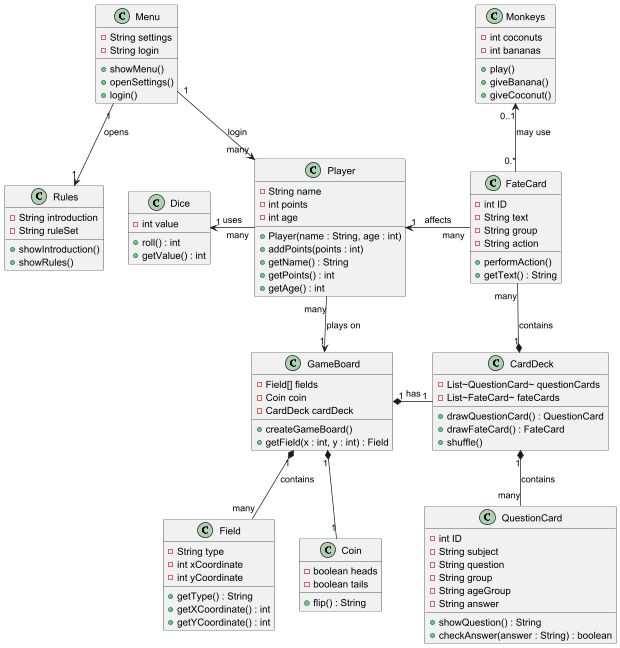
This is src/main/java/diagrammer/klassediagram_2.png from SussieFrantzen/3_semester_Take_a_chance, a PlantUML export, as it was before one commit.
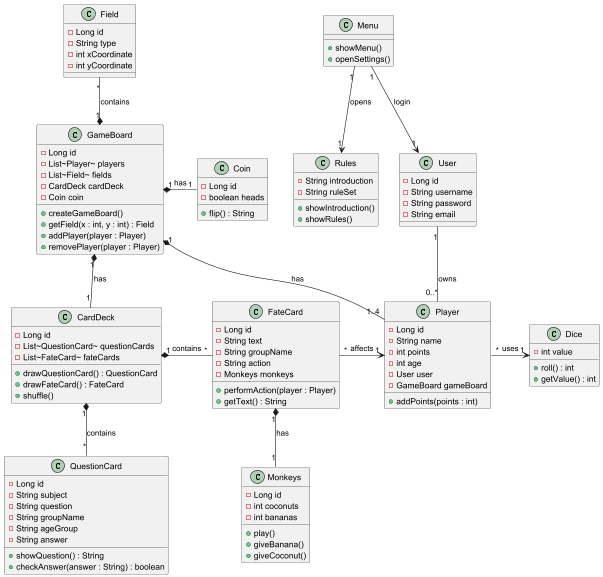
The same diagram one commit later.

Commit message:
klassediagram_2.png og ændret navn på domæne billed

Diff of the diagram source:
```diff
@@ -1,50 +1,55 @@
 @startuml
 
+class User {
+    -Long id
+    -String username
+    -String password
+    -String email
+}
+
+class Player {
+    -Long id
+    -String name
+    -int points
+    -int age
+    -User user
+    -GameBoard gameBoard
+    +addPoints(points : int)
+}
+
 class GameBoard {
-    -Field[] fields
+    -Long id
+    -List~Player~ players
+    -List~Field~ fields
+    -CardDeck cardDeck
     -Coin coin
-    -CardDeck cardDeck
     +createGameBoard()
     +getField(x : int, y : int) : Field
+    +addPlayer(player : Player)
+    +removePlayer(player : Player)
 }
 
 class Field {
+    -Long id
     -String type
     -int xCoordinate
     -int yCoordinate
-    +getType() : String
-    +getXCoordinate() : int
-    +getYCoordinate() : int
 }
 
-class Player {
-    -String name
-    -int points
-    -int age
-    +Player(name : String, age : int)
-    +addPoints(points : int)
-    +getName() : String
-    +getPoints() : int
-    +getAge() : int
-}
-
-class Dice {
-    -int value
-    +roll() : int
-    +getValue() : int
-}
-
-class Coin {
-    -boolean heads
-    -boolean tails
-    +flip() : String
+class CardDeck {
+    -Long id
+    -List~QuestionCard~ questionCards
+    -List~FateCard~ fateCards
+    +drawQuestionCard() : QuestionCard
+    +drawFateCard() : FateCard
+    +shuffle()
 }
 
 class QuestionCard {
-    -int ID
+    -Long id
     -String subject
     -String question
-    -String group
+    -String groupName
     -String ageGroup
     -String answer
     +showQuestion() : String
@@ -52,28 +57,35 @@
 }
 
 class FateCard {
-    -int ID
+    -Long id
     -String text
-    -String group
+    -String groupName
     -String action
-    +performAction()
+    -Monkeys monkeys
+    +performAction(player : Player)
     +getText() : String
 }
 
-class CardDeck {
-    -List~QuestionCard~ questionCards
-    -List~FateCard~ fateCards
-    +drawQuestionCard() : QuestionCard
-    +drawFateCard() : FateCard
-    +shuffle()
-}
-
 class Monkeys {
+    -Long id
     -int coconuts
     -int bananas
     +play()
     +giveBanana()
     +giveCoconut()
+}
+
+class Coin {
+    -Long id
+    -boolean heads
+    +flip() : String
+}
+
+
+class Dice {
+    -int value
+    +roll() : int
+    +getValue() : int
 }
 
 class Rules {
@@ -84,27 +96,33 @@
 }
 
 class Menu {
-    -String settings
-    -String login
     +showMenu()
     +openSettings()
-    +login()
 }
 
-GameBoard "1" *-- "many" Field : contains
-GameBoard "1" *-right- "1" CardDeck : has
-GameBoard "1" *-- "1" Coin
 
-CardDeck "1" *-- "many" QuestionCard : contains
-CardDeck "1" *-up- "many" FateCard : contains
+User "1" -- "0..*" Player : owns
 
-Player "many" -left-> "1" Dice : uses
-Player "many" --> "1" GameBoard : plays on
 
-FateCard "many" -left-> "1" Player : affects
-FateCard "0.*" -up-> "0..1" Monkeys : may use
+GameBoard "1" *- "1..4" Player : has
+
+GameBoard "1" *-up- "*" Field : contains
+GameBoard "1" *-- "1" CardDeck : has
+GameBoard "1" *-right- "1" Coin : has
+
+CardDeck "1" *-- "*" QuestionCard : contains
+CardDeck "1" *- "*" FateCard : contains
+
+
+FateCard "*" -> "1" Player : affects
+FateCard "1" *-down- "1" Monkeys : has
+
+
+Player "*" -right-> "1" Dice : uses
+
 
 Menu "1" --> "1" Rules : opens
-Menu "1" --> "many" Player : login
+Menu "1" --> "1" User : login
+
 
 @enduml
```
